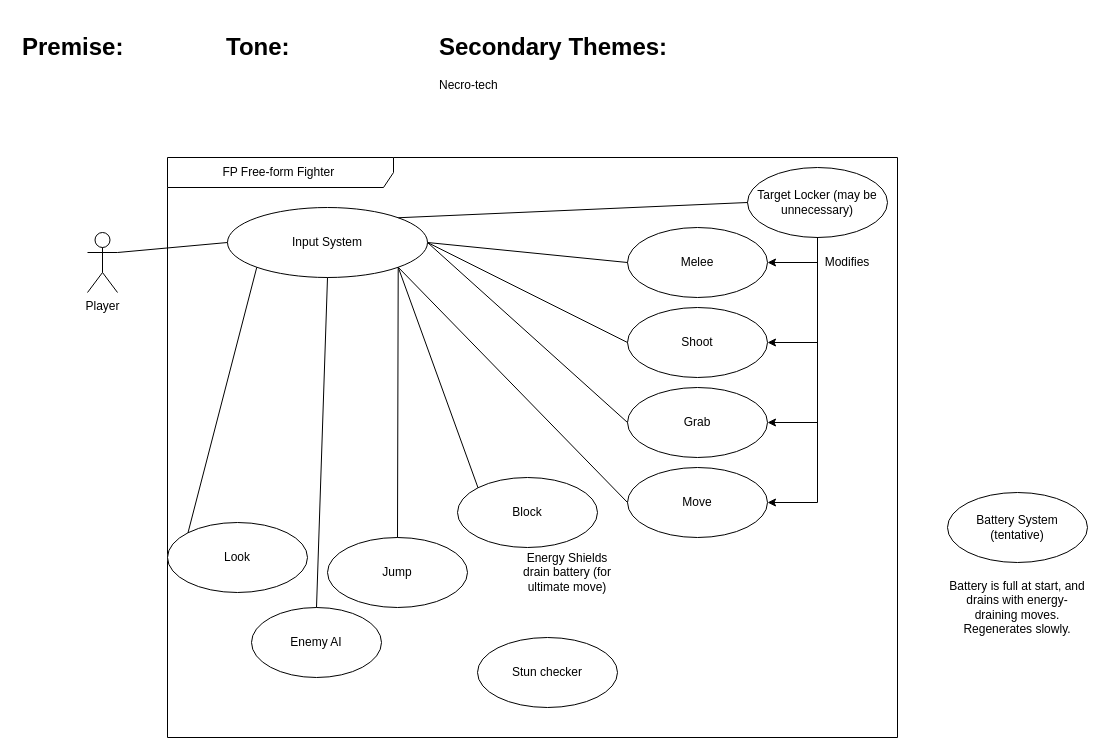
Above: page "High-Level" (1 of 11) of Diagrams/Mechanics Overview.drawio in NotTom31/MechroKnights (draw.io), before the change. Source tidied: cells renumbered, new cells numbered last; positions are measured from the earlier drawing's top-left corner, leaving out a move shared by most shapes. Both pictures are drawn from the tidied source at 100%, with x=0, y=0 at pixel (17, 27).
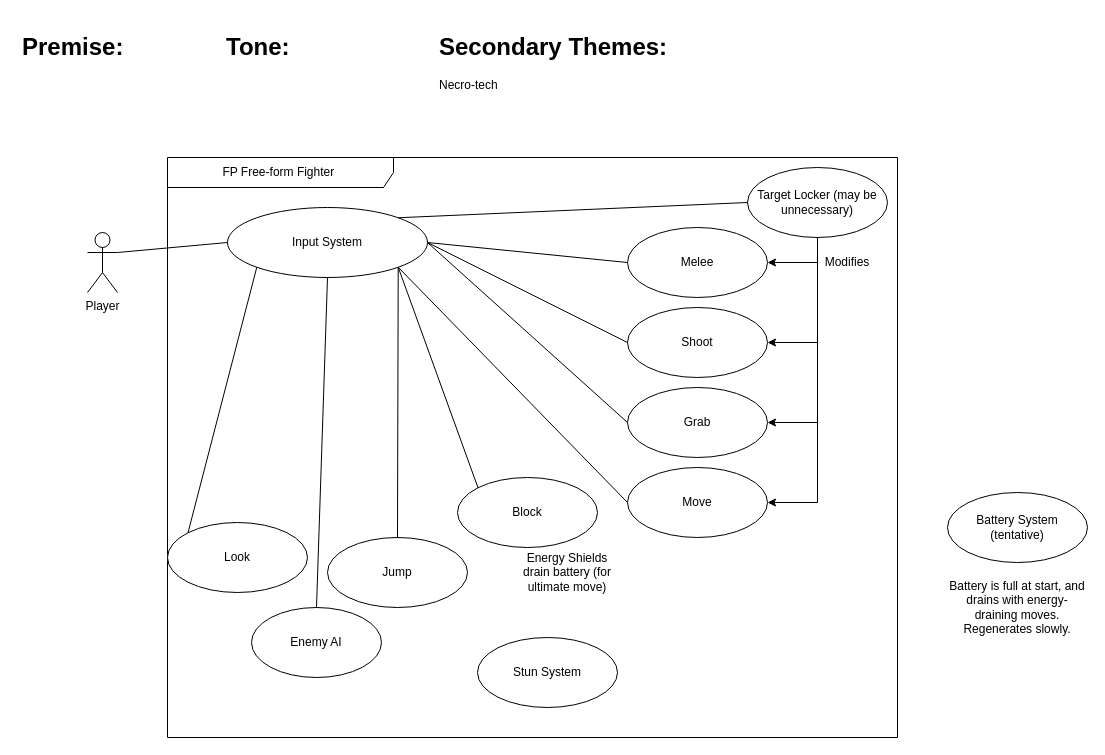
The same page after the edit.

What changed in the source:
```diff
@@
-    <mxCell id="30" value="Stun checker" style="ellipse;whiteSpace=wrap;html=1;" parent="1" vertex="1">
+    <mxCell id="30" value="Stun System" style="ellipse;whiteSpace=wrap;html=1;" parent="1" vertex="1">
       <mxGeometry x="460" y="610" width="140" height="70" as="geometry" />
     </mxCell>
```
